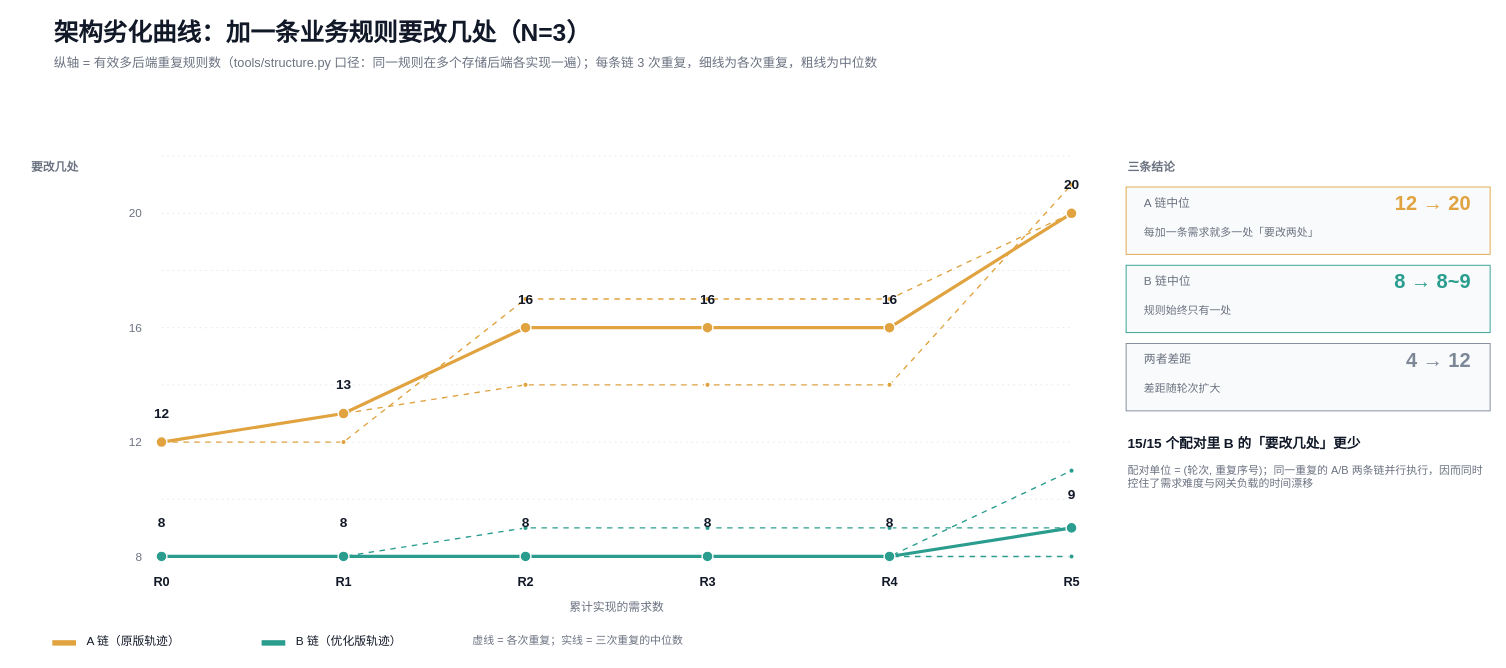
Before: docs/figures/degradation-curve.drawio in TheaDust/modi-agent, a draw.io diagram. Source tidied: cells renumbered, new cells numbered last; positions are measured from the earlier drawing's top-left corner, leaving out a move shared by most shapes. Both pictures are drawn from the tidied source at 91%, with x=0, y=0 at pixel (15, 15).
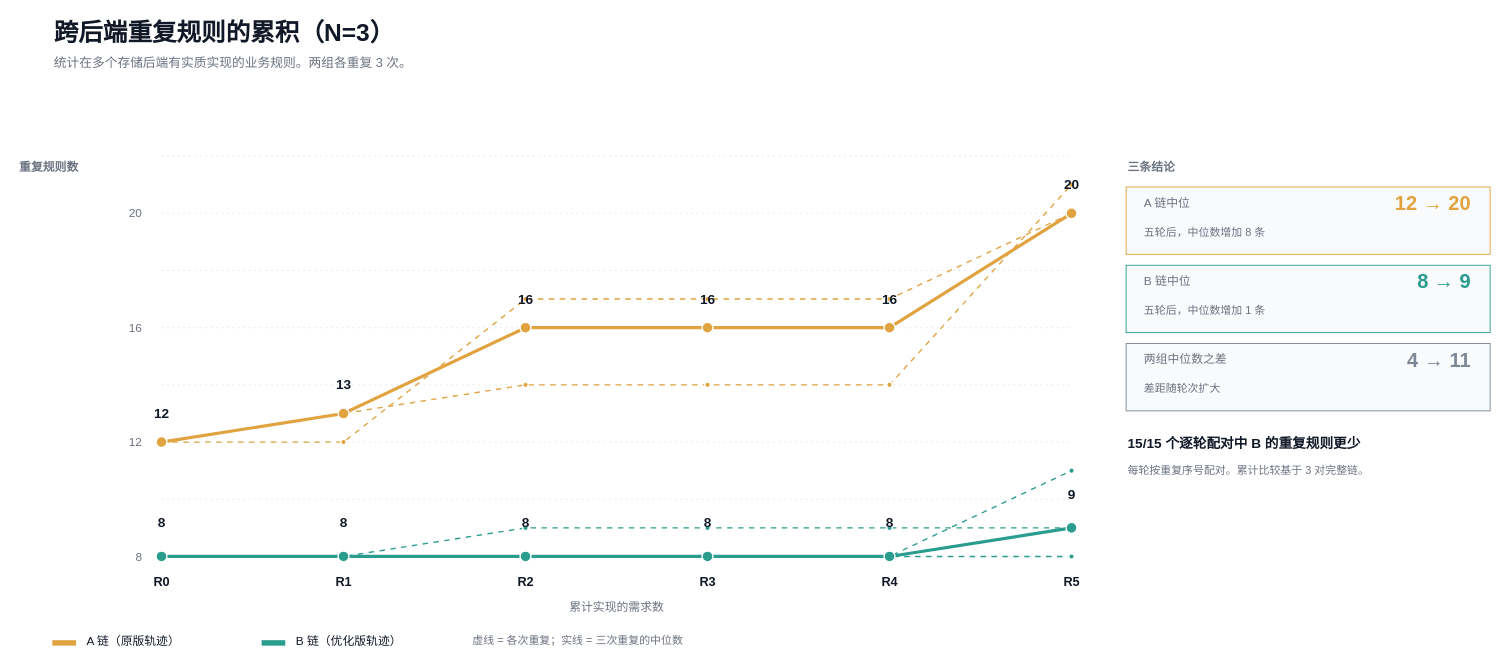
The same page after the edit.

Diff of the diagram source:
```diff
@@
-    <mxCell id="2" value="架构劣化曲线：加一条业务规则要改几处（N=3）" style="text;html=1;whiteSpace=wrap;align=left;verticalAlign=middle;fontSize=27;fontStyle=1;fontColor=#111827;" parent="1" vertex="1">
+    <mxCell id="2" value="跨后端重复规则的累积（N=3）" style="text;html=1;whiteSpace=wrap;align=left;verticalAlign=middle;fontSize=27;fontStyle=1;fontColor=#111827;" parent="1" vertex="1">
       <mxGeometry x="40" width="1300" height="38" as="geometry" />
     </mxCell>
-    <mxCell id="3" value="纵轴 = 有效多后端重复规则数（tools/structure.py 口径：同一规则在多个存储后端各实现一遍）；每条链 3 次重复，细线为各次重复，粗线为中位数" style="text;html=1;whiteSpace=wrap;align=left;verticalAlign=middle;fontSize=14;fontColor=#6B7280;" parent="1" vertex="1">
+    <mxCell id="3" value="统计在多个存储后端有实质实现的业务规则。两组各重复 3 次。" style="text;html=1;whiteSpace=wrap;align=left;verticalAlign=middle;fontSize=14;fontColor=#6B7280;" parent="1" vertex="1">
       <mxGeometry x="40" y="40" width="1500" height="24" as="geometry" />
     </mxCell>
@@
-    <mxCell id="16" value="要改几处" style="text;html=1;align=right;verticalAlign=middle;fontSize=13;fontStyle=1;fontColor=#6B7280;" parent="1" vertex="1">
+    <mxCell id="16" value="重复规则数" style="text;html=1;align=right;verticalAlign=middle;fontSize=13;fontStyle=1;fontColor=#6B7280;" parent="1" vertex="1">
       <mxGeometry y="154" width="70" height="24" as="geometry" />
     </mxCell>
@@
-    <mxCell id="96" value="每加一条需求就多一处「要改两处」" style="text;html=1;align=left;verticalAlign=middle;fontSize=12;fontColor=#6B7280;" parent="1" vertex="1">
+    <mxCell id="96" value="五轮后，中位数增加 8 条" style="text;html=1;align=left;verticalAlign=middle;fontSize=12;fontColor=#6B7280;" parent="1" vertex="1">
       <mxGeometry x="1238" y="226" width="364" height="24" as="geometry" />
     </mxCell>
@@
-    <mxCell id="99" value="8 → 8~9" style="text;html=1;align=right;verticalAlign=middle;fontSize=22;fontStyle=1;fontColor=#2A9D8F;" parent="1" vertex="1">
+    <mxCell id="99" value="8 → 9" style="text;html=1;align=right;verticalAlign=middle;fontSize=22;fontStyle=1;fontColor=#2A9D8F;" parent="1" vertex="1">
       <mxGeometry x="1380" y="278" width="220" height="30" as="geometry" />
     </mxCell>
-    <mxCell id="100" value="规则始终只有一处" style="text;html=1;align=left;verticalAlign=middle;fontSize=12;fontColor=#6B7280;" parent="1" vertex="1">
+    <mxCell id="100" value="五轮后，中位数增加 1 条" style="text;html=1;align=left;verticalAlign=middle;fontSize=12;fontColor=#6B7280;" parent="1" vertex="1">
       <mxGeometry x="1238" y="312" width="364" height="24" as="geometry" />
     </mxCell>
@@
-    <mxCell id="102" value="两者差距" style="text;html=1;align=left;verticalAlign=middle;fontSize=13;fontColor=#6B7280;" parent="1" vertex="1">
+    <mxCell id="102" value="两组中位数之差" style="text;html=1;align=left;verticalAlign=middle;fontSize=13;fontColor=#6B7280;" parent="1" vertex="1">
       <mxGeometry x="1238" y="366" width="180" height="22" as="geometry" />
     </mxCell>
-    <mxCell id="103" value="4 → 12" style="text;html=1;align=right;verticalAlign=middle;fontSize=22;fontStyle=1;fontColor=#7C8797;" parent="1" vertex="1">
+    <mxCell id="103" value="4 → 11" style="text;html=1;align=right;verticalAlign=middle;fontSize=22;fontStyle=1;fontColor=#7C8797;" parent="1" vertex="1">
       <mxGeometry x="1380" y="364" width="220" height="30" as="geometry" />
     </mxCell>
@@
-    <mxCell id="105" value="15/15 个配对里 B 的「要改几处」更少" style="text;html=1;align=left;verticalAlign=middle;fontSize=15;fontStyle=1;fontColor=#111827;" parent="1" vertex="1">
+    <mxCell id="105" value="15/15 个逐轮配对中 B 的重复规则更少" style="text;html=1;align=left;verticalAlign=middle;fontSize=15;fontStyle=1;fontColor=#111827;" parent="1" vertex="1">
       <mxGeometry x="1220" y="456" width="400" height="26" as="geometry" />
     </mxCell>
-    <mxCell id="106" value="配对单位 = (轮次, 重复序号)；同一重复的 A/B 两条链并行执行，因而同时控住了需求难度与网关负载的时间漂移" style="text;html=1;whiteSpace=wrap;align=left;verticalAlign=top;fontSize=12;fontColor=#6B7280;" parent="1" vertex="1">
+    <mxCell id="106" value="每轮按重复序号配对。累计比较基于 3 对完整链。" style="text;html=1;whiteSpace=wrap;align=left;verticalAlign=top;fontSize=12;fontColor=#6B7280;" parent="1" vertex="1">
       <mxGeometry x="1220" y="486" width="400" height="60" as="geometry" />
     </mxCell>
```
